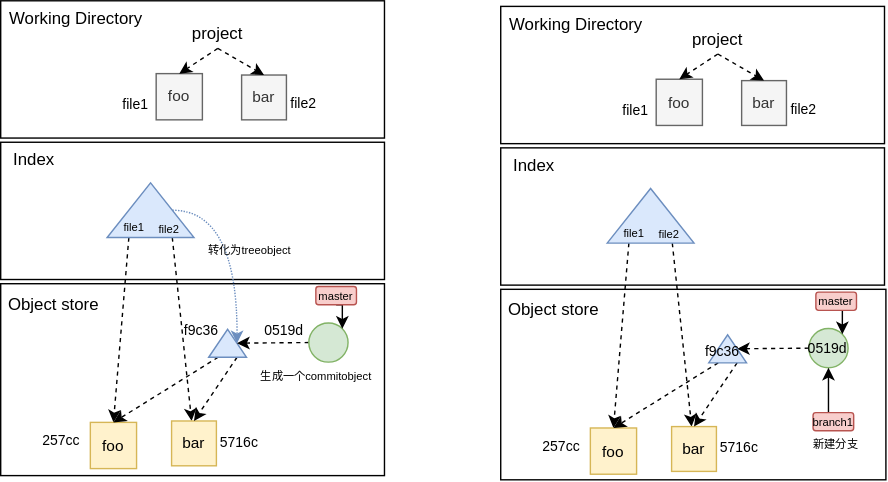
Above: git_learning/git内部存储.drawio.svg in SixPlusAndTimes/drawio (draw.io), before the change. Source tidied: cells renumbered, new cells last; positions are measured from the earlier drawing's top-left corner, leaving out a move shared by most shapes.
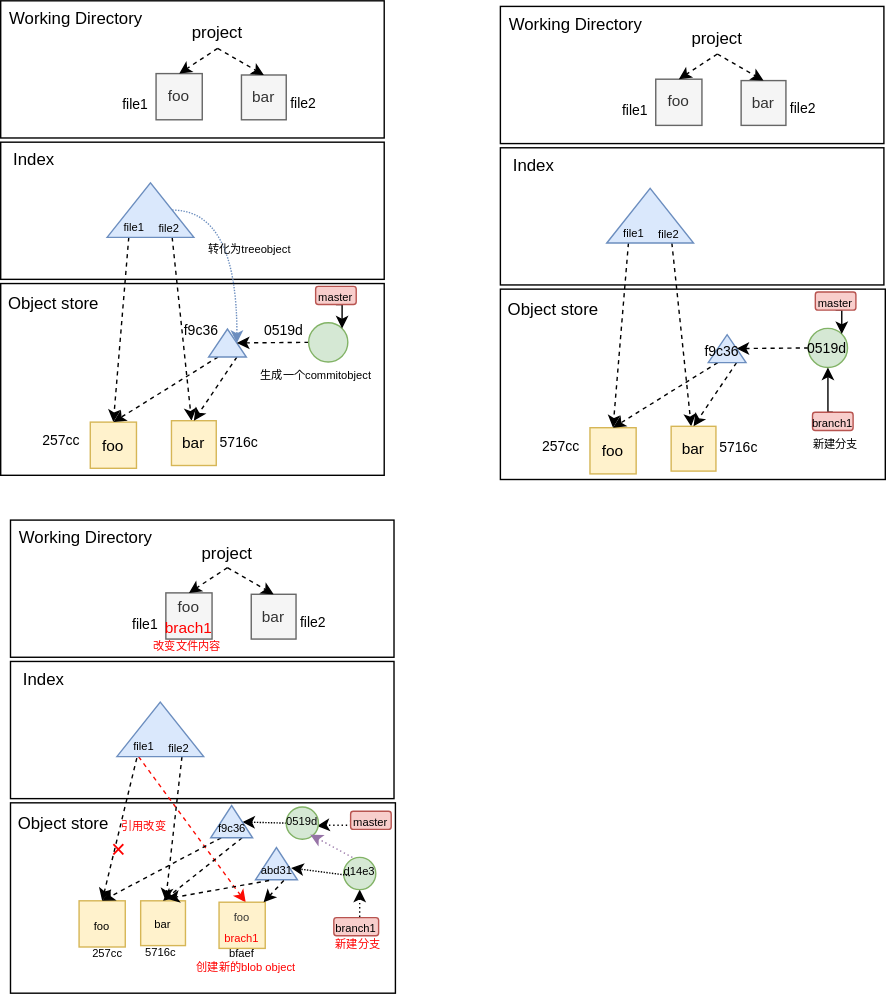
The same diagram one commit later.

Commit message:
更新git内部存储.drawio.svg

The edit, as a diff of the source:
```diff
@@ -206,5 +206,171 @@
     <mxCell id="69" value="&lt;font style=&quot;font-size: 8px;&quot;&gt;新建分支&lt;/font&gt;" style="text;html=1;align=center;verticalAlign=middle;whiteSpace=wrap;rounded=0;" parent="1" vertex="1">
       <mxGeometry x="578" y="307" width="37" height="18" as="geometry" />
     </mxCell>
+    <mxCell id="70" style="rounded=0;whiteSpace=wrap;html=1;" parent="1" vertex="1">
+      <mxGeometry x="7" y="371" width="274" height="98" as="geometry" />
+    </mxCell>
+    <mxCell id="71" style="rounded=0;whiteSpace=wrap;html=1;" parent="1" vertex="1">
+      <mxGeometry x="7" y="472" width="274" height="98" as="geometry" />
+    </mxCell>
+    <mxCell id="72" style="rounded=0;whiteSpace=wrap;html=1;" parent="1" vertex="1">
+      <mxGeometry x="7" y="573" width="275" height="136" as="geometry" />
+    </mxCell>
+    <mxCell id="73" value="Working Directory" style="text;html=1;align=center;verticalAlign=middle;whiteSpace=wrap;rounded=0;" parent="1" vertex="1">
+      <mxGeometry x="8" y="372" width="106" height="24" as="geometry" />
+    </mxCell>
+    <mxCell id="74" value="Index" style="text;html=1;align=center;verticalAlign=middle;whiteSpace=wrap;rounded=0;" parent="1" vertex="1">
+      <mxGeometry x="7" y="473" width="48" height="24" as="geometry" />
+    </mxCell>
+    <mxCell id="75" value="Object store" style="text;html=1;align=center;verticalAlign=middle;whiteSpace=wrap;rounded=0;" parent="1" vertex="1">
+      <mxGeometry x="11" y="576" width="68" height="24" as="geometry" />
+    </mxCell>
+    <mxCell id="76" value="&lt;font style=&quot;font-size: 11px;&quot;&gt;foo&lt;/font&gt;&lt;div&gt;&lt;font color=&quot;#ff0000&quot; style=&quot;font-size: 11px;&quot;&gt;brach1&lt;/font&gt;&lt;/div&gt;" style="whiteSpace=wrap;html=1;fillColor=#f5f5f5;fontColor=#333333;strokeColor=#666666;" parent="1" vertex="1">
+      <mxGeometry x="118" y="423" width="33" height="33" as="geometry" />
+    </mxCell>
+    <mxCell id="77" value="&lt;font style=&quot;font-size: 11px;&quot;&gt;bar&lt;/font&gt;" style="whiteSpace=wrap;html=1;fillColor=#f5f5f5;fontColor=#333333;strokeColor=#666666;" parent="1" vertex="1">
+      <mxGeometry x="179" y="424" width="32" height="32" as="geometry" />
+    </mxCell>
+    <mxCell id="78" style="rounded=0;jettySize=auto;html=1;exitX=0.5;exitY=1;exitDx=0;exitDy=0;entryX=0.5;entryY=0;entryDx=0;entryDy=0;dashed=1;" parent="1" edge="1" source="80" target="76">
+      <mxGeometry relative="1" as="geometry" />
+    </mxCell>
+    <mxCell id="79" style="rounded=0;jettySize=auto;html=1;exitX=0.5;exitY=1;exitDx=0;exitDy=0;entryX=0.5;entryY=0;entryDx=0;entryDy=0;dashed=1;" parent="1" edge="1" source="80" target="77">
+      <mxGeometry relative="1" as="geometry" />
+    </mxCell>
+    <mxCell id="80" value="project" style="text;html=1;align=center;verticalAlign=middle;whiteSpace=wrap;rounded=0;" parent="1" vertex="1">
+      <mxGeometry x="142" y="384" width="40" height="21" as="geometry" />
+    </mxCell>
+    <mxCell id="81" value="&lt;font style=&quot;font-size: 10px;&quot;&gt;file1&lt;/font&gt;" style="text;html=1;align=center;verticalAlign=middle;whiteSpace=wrap;rounded=0;" parent="1" vertex="1">
+      <mxGeometry x="93" y="436" width="21" height="18" as="geometry" />
+    </mxCell>
+    <mxCell id="82" value="&lt;font style=&quot;font-size: 10px;&quot;&gt;file2&lt;/font&gt;" style="text;html=1;align=center;verticalAlign=middle;whiteSpace=wrap;rounded=0;" parent="1" vertex="1">
+      <mxGeometry x="213" y="435" width="21" height="18" as="geometry" />
+    </mxCell>
+    <mxCell id="83" style="rounded=0;jettySize=auto;html=1;exitX=0;exitY=0.25;exitDx=0;exitDy=0;entryX=0.578;entryY=0.004;entryDx=0;entryDy=0;dashed=1;entryPerimeter=0;fillColor=#f8cecc;strokeColor=#fb0c04;" parent="1" edge="1" source="85" target="110">
+      <mxGeometry relative="1" as="geometry" />
+    </mxCell>
+    <mxCell id="84" style="rounded=0;jettySize=auto;html=1;exitX=0;exitY=0.75;exitDx=0;exitDy=0;dashed=1;" parent="1" edge="1" source="85" target="87">
+      <mxGeometry relative="1" as="geometry" />
+    </mxCell>
+    <mxCell id="85" style="triangle;whiteSpace=wrap;html=1;rotation=-90;fillColor=#dae8fc;strokeColor=#6c8ebf;" parent="1" vertex="1">
+      <mxGeometry x="94.5" y="489.5" width="39" height="62" as="geometry" />
+    </mxCell>
+    <mxCell id="86" value="&lt;font style=&quot;font-size: 8px;&quot;&gt;foo&lt;/font&gt;" style="whiteSpace=wrap;html=1;fillColor=#fff2cc;strokeColor=#d6b656;" parent="1" vertex="1">
+      <mxGeometry x="56" y="643" width="33" height="33" as="geometry" />
+    </mxCell>
+    <mxCell id="87" value="&lt;font style=&quot;font-size: 8px;&quot;&gt;bar&lt;/font&gt;" style="whiteSpace=wrap;html=1;fillColor=#fff2cc;strokeColor=#d6b656;" parent="1" vertex="1">
+      <mxGeometry x="100" y="643" width="32" height="32" as="geometry" />
+    </mxCell>
+    <mxCell id="88" value="&lt;font style=&quot;font-size: 8px;&quot;&gt;257cc&lt;/font&gt;" style="text;html=1;align=center;verticalAlign=middle;whiteSpace=wrap;rounded=0;" parent="1" vertex="1">
+      <mxGeometry x="66" y="671" width="21" height="18" as="geometry" />
+    </mxCell>
+    <mxCell id="89" value="&lt;font style=&quot;font-size: 8px;&quot;&gt;5716c&lt;/font&gt;" style="text;html=1;align=center;verticalAlign=middle;whiteSpace=wrap;rounded=0;" parent="1" vertex="1">
+      <mxGeometry x="104" y="670" width="21" height="18" as="geometry" />
+    </mxCell>
+    <mxCell id="90" style="rounded=0;jettySize=auto;html=1;exitX=0.25;exitY=1;exitDx=0;exitDy=0;entryX=0.5;entryY=0;entryDx=0;entryDy=0;dashed=1;" parent="1" edge="1" source="91" target="86">
+      <mxGeometry relative="1" as="geometry" />
+    </mxCell>
+    <mxCell id="91" value="&lt;font style=&quot;font-size: 8px;&quot;&gt;file1&lt;/font&gt;" style="text;html=1;align=center;verticalAlign=middle;whiteSpace=wrap;rounded=0;" parent="1" vertex="1">
+      <mxGeometry x="92" y="523" width="21" height="18" as="geometry" />
+    </mxCell>
+    <mxCell id="92" value="&lt;font style=&quot;font-size: 8px;&quot;&gt;file2&lt;/font&gt;" style="text;html=1;align=center;verticalAlign=middle;whiteSpace=wrap;rounded=0;" parent="1" vertex="1">
+      <mxGeometry x="117" y="524" width="21" height="18" as="geometry" />
+    </mxCell>
+    <mxCell id="93" style="rounded=0;jettySize=auto;html=1;exitX=0;exitY=0.25;exitDx=0;exitDy=0;entryX=0.5;entryY=0;entryDx=0;entryDy=0;dashed=1;" parent="1" edge="1" source="102" target="86">
+      <mxGeometry relative="1" as="geometry" />
+    </mxCell>
+    <mxCell id="94" style="rounded=0;jettySize=auto;html=1;exitX=0;exitY=0.75;exitDx=0;exitDy=0;entryX=0.5;entryY=0;entryDx=0;entryDy=0;dashed=1;" parent="1" edge="1" source="102" target="87">
+      <mxGeometry relative="1" as="geometry" />
+    </mxCell>
+    <mxCell id="95" style="rounded=0;jettySize=auto;html=1;exitX=0;exitY=0.5;exitDx=0;exitDy=0;dashed=1;dashPattern=1 1;" parent="1" edge="1" source="105" target="102">
+      <mxGeometry relative="1" as="geometry" />
+    </mxCell>
+    <mxCell id="96" style="edgeStyle=orthogonalEdgeStyle;rounded=0;jettySize=auto;html=1;exitX=0;exitY=0.5;exitDx=0;exitDy=0;entryX=1;entryY=0.75;entryDx=0;entryDy=0;dashed=1;dashPattern=1 2;" parent="1" edge="1" source="97" target="106">
+      <mxGeometry relative="1" as="geometry">
+        <Array as="points">
+          <mxPoint x="250" y="589" />
+          <mxPoint x="231" y="589" />
+        </Array>
+      </mxGeometry>
+    </mxCell>
+    <mxCell id="97" value="&lt;font style=&quot;font-size: 8px;&quot;&gt;master&lt;/font&gt;" style="rounded=1;whiteSpace=wrap;html=1;fillColor=#f8cecc;strokeColor=#b85450;" parent="1" vertex="1">
+      <mxGeometry x="250" y="579" width="29" height="13" as="geometry" />
+    </mxCell>
+    <mxCell id="98" style="edgeStyle=orthogonalEdgeStyle;rounded=0;jettySize=auto;html=1;exitX=0.5;exitY=0;exitDx=0;exitDy=0;entryX=0.5;entryY=1;entryDx=0;entryDy=0;dashed=1;dashPattern=1 2;" parent="1" edge="1" source="99" target="117">
+      <mxGeometry relative="1" as="geometry" />
+    </mxCell>
+    <mxCell id="99" value="&lt;font style=&quot;font-size: 8px;&quot;&gt;branch1&lt;/font&gt;" style="rounded=1;whiteSpace=wrap;html=1;fillColor=#f8cecc;strokeColor=#b85450;" parent="1" vertex="1">
+      <mxGeometry x="238" y="655" width="32" height="13" as="geometry" />
+    </mxCell>
+    <mxCell id="100" value="&lt;font color=&quot;#ff0000&quot; style=&quot;font-size: 8px;&quot;&gt;新建分支&lt;/font&gt;" style="text;html=1;align=center;verticalAlign=middle;whiteSpace=wrap;rounded=0;" parent="1" vertex="1">
+      <mxGeometry x="237" y="664" width="37" height="18" as="geometry" />
+    </mxCell>
+    <mxCell id="101" style="group;" parent="1" vertex="1">
+      <mxGeometry x="150" y="575" width="30" height="23.5" as="geometry" />
+    </mxCell>
+    <mxCell id="102" style="triangle;whiteSpace=wrap;html=1;rotation=-90;fillColor=#dae8fc;strokeColor=#6c8ebf;" parent="101" vertex="1">
+      <mxGeometry x="3.5" y="-3.5" width="23" height="30" as="geometry" />
+    </mxCell>
+    <mxCell id="103" value="&lt;font style=&quot;font-size: 8px;&quot;&gt;f9c36&lt;/font&gt;" style="text;html=1;align=center;verticalAlign=middle;whiteSpace=wrap;rounded=0;" parent="101" vertex="1">
+      <mxGeometry x="4.5" y="5.5" width="21" height="18" as="geometry" />
+    </mxCell>
+    <mxCell id="104" style="group;" parent="1" vertex="1">
+      <mxGeometry x="204" y="576" width="23" height="23" as="geometry" />
+    </mxCell>
+    <mxCell id="105" style="ellipse;whiteSpace=wrap;html=1;fillColor=#d5e8d4;strokeColor=#82b366;" parent="104" vertex="1">
+      <mxGeometry width="23" height="23" as="geometry" />
+    </mxCell>
+    <mxCell id="106" value="&lt;font style=&quot;font-size: 8px;&quot;&gt;0519d&lt;/font&gt;" style="text;html=1;align=center;verticalAlign=middle;whiteSpace=wrap;rounded=0;" parent="104" vertex="1">
+      <mxGeometry x="1" width="21" height="18" as="geometry" />
+    </mxCell>
+    <mxCell id="107" style="group;" parent="1" vertex="1">
+      <mxGeometry x="182" y="605" width="30" height="23.5" as="geometry" />
+    </mxCell>
+    <mxCell id="108" style="triangle;whiteSpace=wrap;html=1;rotation=-90;fillColor=#dae8fc;strokeColor=#6c8ebf;" parent="107" vertex="1">
+      <mxGeometry x="3.5" y="-3.5" width="23" height="30" as="geometry" />
+    </mxCell>
+    <mxCell id="109" value="&lt;font style=&quot;font-size: 8px;&quot;&gt;abd31&lt;/font&gt;" style="text;html=1;align=center;verticalAlign=middle;whiteSpace=wrap;rounded=0;" parent="107" vertex="1">
+      <mxGeometry x="4.5" y="5.5" width="21" height="18" as="geometry" />
+    </mxCell>
+    <mxCell id="110" value="&lt;font style=&quot;color: rgb(51, 51, 51); font-size: 8px;&quot;&gt;foo&lt;/font&gt;&lt;div style=&quot;color: rgb(51, 51, 51);&quot;&gt;&lt;font style=&quot;font-size: 8px;&quot; color=&quot;#ff0000&quot;&gt;brach1&lt;/font&gt;&lt;/div&gt;" style="whiteSpace=wrap;html=1;fillColor=#fff2cc;strokeColor=#d6b656;" parent="1" vertex="1">
+      <mxGeometry x="156" y="644" width="33" height="33" as="geometry" />
+    </mxCell>
+    <mxCell id="111" style="rounded=0;jettySize=auto;html=1;exitX=0.25;exitY=1;exitDx=0;exitDy=0;entryX=0.588;entryY=-0.048;entryDx=0;entryDy=0;entryPerimeter=0;dashed=1;" parent="1" edge="1" source="109" target="87">
+      <mxGeometry relative="1" as="geometry" />
+    </mxCell>
+    <mxCell id="112" style="rounded=0;jettySize=auto;html=1;exitX=0.75;exitY=1;exitDx=0;exitDy=0;dashed=1;" parent="1" edge="1" source="109" target="110">
+      <mxGeometry relative="1" as="geometry" />
+    </mxCell>
+    <mxCell id="113" value="&lt;font style=&quot;font-size: 8px;&quot;&gt;bfaef&lt;/font&gt;" style="text;html=1;align=center;verticalAlign=middle;whiteSpace=wrap;rounded=0;" parent="1" vertex="1">
+      <mxGeometry x="162" y="671" width="21" height="18" as="geometry" />
+    </mxCell>
+    <mxCell id="114" value="&lt;font color=&quot;#ff0000&quot; style=&quot;font-size: 18px;&quot;&gt;×&lt;/font&gt;" style="text;html=1;align=center;verticalAlign=middle;whiteSpace=wrap;rounded=0;" parent="1" vertex="1">
+      <mxGeometry x="68" y="599" width="33" height="15" as="geometry" />
+    </mxCell>
+    <mxCell id="115" value="&lt;font color=&quot;#ff0000&quot; style=&quot;font-size: 8px;&quot;&gt;引用改变&lt;/font&gt;" style="text;html=1;align=center;verticalAlign=middle;whiteSpace=wrap;rounded=0;" parent="1" vertex="1">
+      <mxGeometry x="85" y="580" width="35" height="18" as="geometry" />
+    </mxCell>
+    <mxCell id="116" style="group;" parent="1" vertex="1">
+      <mxGeometry x="245" y="612" width="23" height="23" as="geometry" />
+    </mxCell>
+    <mxCell id="117" style="ellipse;whiteSpace=wrap;html=1;fillColor=#d5e8d4;strokeColor=#82b366;" parent="116" vertex="1">
+      <mxGeometry width="23" height="23" as="geometry" />
+    </mxCell>
+    <mxCell id="118" value="&lt;font style=&quot;font-size: 8px;&quot;&gt;d14e3&lt;/font&gt;" style="text;html=1;align=center;verticalAlign=middle;whiteSpace=wrap;rounded=0;" parent="116" vertex="1">
+      <mxGeometry x="1" width="21" height="18" as="geometry" />
+    </mxCell>
+    <mxCell id="119" style="rounded=0;jettySize=auto;html=1;exitX=0;exitY=0.5;exitDx=0;exitDy=0;dashed=1;dashPattern=1 1;entryX=1;entryY=0.5;entryDx=0;entryDy=0;" parent="116" edge="1" target="109">
+      <mxGeometry relative="1" as="geometry">
+        <mxPoint x="4.5" y="13" as="sourcePoint" />
+      </mxGeometry>
+    </mxCell>
+    <mxCell id="120" style="rounded=0;jettySize=auto;html=1;exitX=0.25;exitY=0;exitDx=0;exitDy=0;entryX=0.746;entryY=0.856;entryDx=0;entryDy=0;entryPerimeter=0;dashed=1;dashPattern=1 2;fillColor=#e1d5e7;strokeColor=#9673a6;" parent="1" edge="1" source="118" target="105">
+      <mxGeometry relative="1" as="geometry" />
+    </mxCell>
+    <mxCell id="121" value="&lt;font color=&quot;#ff0000&quot; style=&quot;font-size: 8px;&quot;&gt;改变文件内容&lt;/font&gt;" style="text;html=1;align=center;verticalAlign=middle;whiteSpace=wrap;rounded=0;" parent="1" vertex="1">
+      <mxGeometry x="108" y="451" width="51" height="18" as="geometry" />
+    </mxCell>
+    <mxCell id="122" value="&lt;font color=&quot;#ff0000&quot; style=&quot;font-size: 8px;&quot;&gt;创建新的blob object&lt;/font&gt;" style="text;html=1;align=center;verticalAlign=middle;whiteSpace=wrap;rounded=0;" parent="1" vertex="1">
+      <mxGeometry x="137" y="681" width="77" height="18" as="geometry" />
+    </mxCell>
   </root>
 </mxGraphModel>
```
